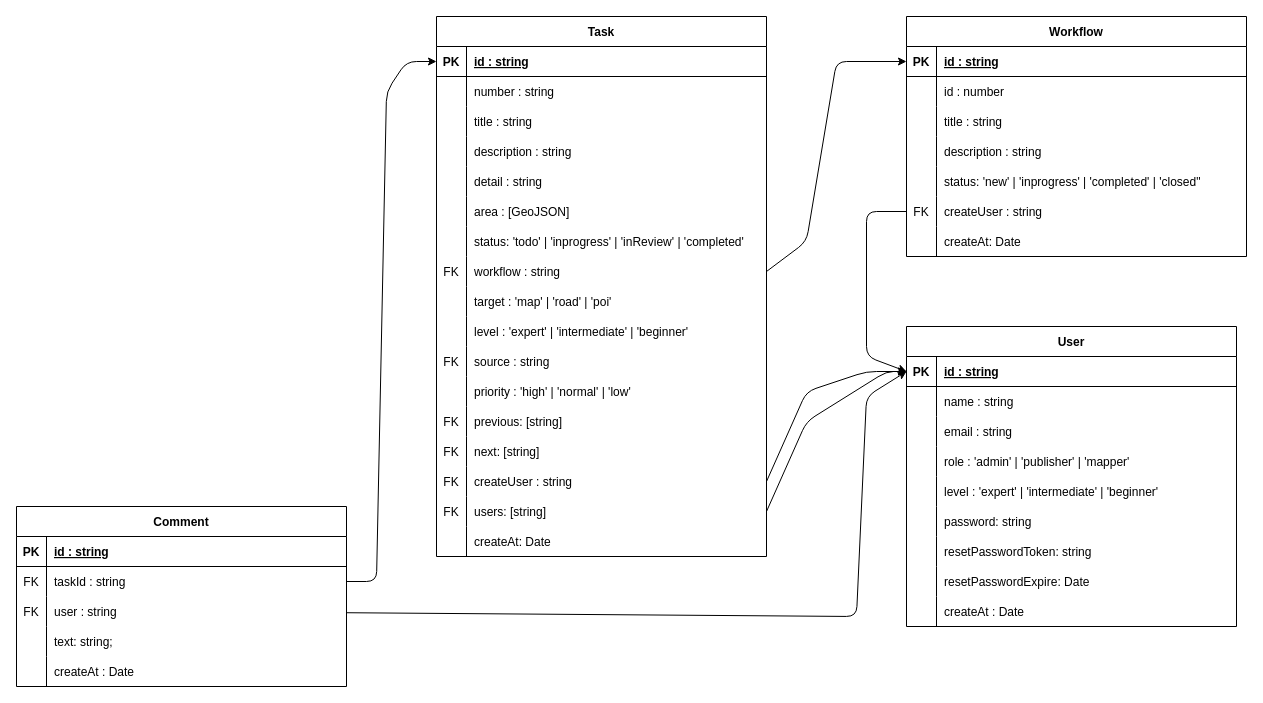
This is doc/db-design.drawio from shomrkm/map-masking-manager, a draw.io file, before an edit. Source tidied: cells renumbered, new cells numbered last; positions are measured from the earlier drawing's top-left corner, leaving out a move shared by most shapes. Both pictures are drawn from the tidied source at 100%, with x=0, y=0 at pixel (16, 16).
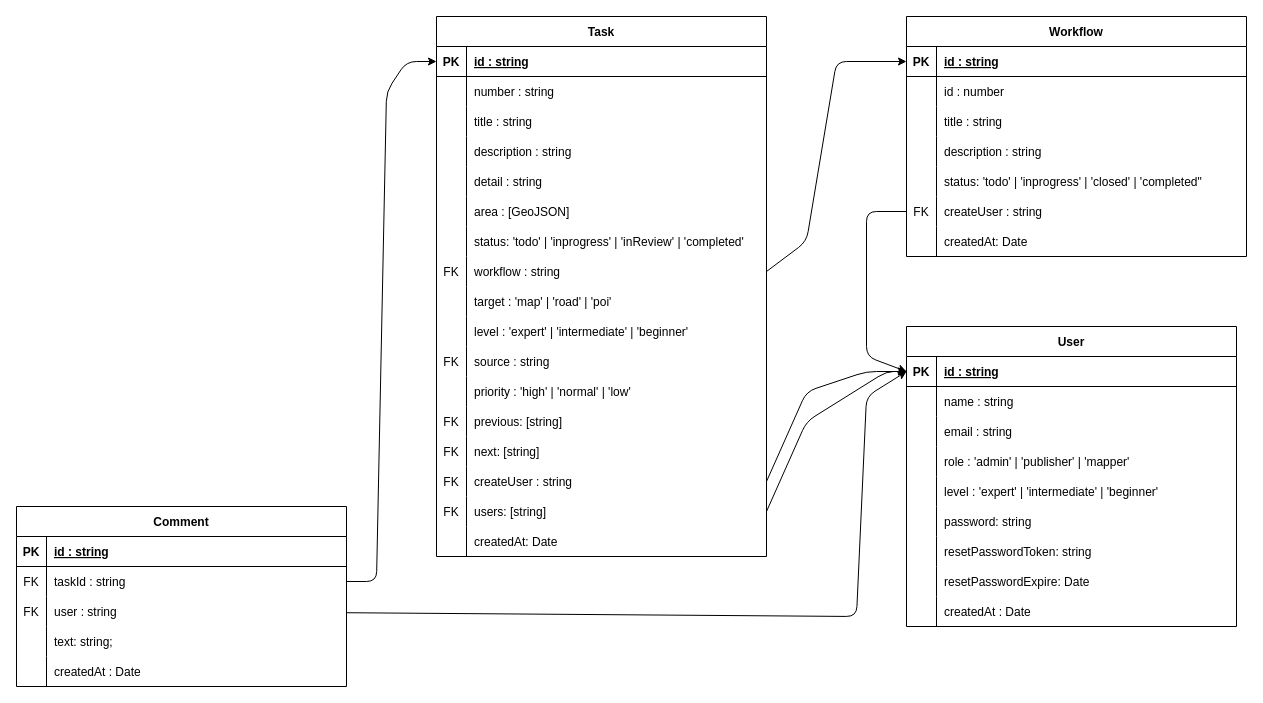
The same diagram, later.

Unchanged cells that the change refers to:
```xml
<mxCell id="51" style="shape=partialRectangle;fillColor=none;top=0;left=0;bottom=0;right=0;" parent="2" vertex="1">
  <mxGeometry y="510" width="330" height="30" as="geometry" />
</mxCell>
<mxCell id="68" style="shape=partialRectangle;fillColor=none;top=0;left=0;bottom=0;right=0;" parent="55" vertex="1">
  <mxGeometry y="150" width="340" height="30" as="geometry" />
</mxCell>
<mxCell id="74" style="shape=partialRectangle;fillColor=none;top=0;left=0;bottom=0;right=0;" parent="55" vertex="1">
  <mxGeometry y="210" width="340" height="30" as="geometry" />
</mxCell>
<mxCell id="102" style="shape=partialRectangle;fillColor=none;top=0;left=0;bottom=0;right=0;" parent="77" vertex="1">
  <mxGeometry y="270" width="330" height="30" as="geometry" />
</mxCell>
<mxCell id="121" style="shape=partialRectangle;fillColor=none;top=0;left=0;bottom=0;right=0;" parent="108" vertex="1">
  <mxGeometry y="150" width="330" height="30" as="geometry" />
</mxCell>
```

The edit, as a diff of the source:
```diff
@@
-    <mxCell id="53" value="createAt: Date" style="shape=partialRectangle;fillColor=none;top=0;left=0;bottom=0;right=0;align=left;spacingLeft=6;overflow=hidden;" parent="51" vertex="1">
+    <mxCell id="53" value="createdAt: Date" style="shape=partialRectangle;fillColor=none;top=0;left=0;bottom=0;right=0;align=left;spacingLeft=6;overflow=hidden;" parent="51" vertex="1">
       <mxGeometry x="30" width="300" height="30" as="geometry" />
     </mxCell>
@@
-    <mxCell id="70" value="status: 'new' | 'inprogress' | 'completed' | 'closed&quot;" style="shape=partialRectangle;fillColor=none;top=0;left=0;bottom=0;right=0;align=left;spacingLeft=6;overflow=hidden;" parent="68" vertex="1">
+    <mxCell id="70" value="status: 'todo' | 'inprogress' | 'closed' | 'completed&quot;" style="shape=partialRectangle;fillColor=none;top=0;left=0;bottom=0;right=0;align=left;spacingLeft=6;overflow=hidden;" parent="68" vertex="1">
       <mxGeometry x="30" width="310" height="30" as="geometry" />
     </mxCell>
@@
-    <mxCell id="76" value="createAt: Date" style="shape=partialRectangle;fillColor=none;top=0;left=0;bottom=0;right=0;align=left;spacingLeft=6;overflow=hidden;" parent="74" vertex="1">
+    <mxCell id="76" value="createdAt: Date" style="shape=partialRectangle;fillColor=none;top=0;left=0;bottom=0;right=0;align=left;spacingLeft=6;overflow=hidden;" parent="74" vertex="1">
       <mxGeometry x="30" width="310" height="30" as="geometry" />
     </mxCell>
@@
-    <mxCell id="104" value="createAt : Date" style="shape=partialRectangle;fillColor=none;top=0;left=0;bottom=0;right=0;align=left;spacingLeft=6;overflow=hidden;" parent="102" vertex="1">
+    <mxCell id="104" value="createdAt : Date" style="shape=partialRectangle;fillColor=none;top=0;left=0;bottom=0;right=0;align=left;spacingLeft=6;overflow=hidden;" parent="102" vertex="1">
       <mxGeometry x="30" width="300" height="30" as="geometry" />
     </mxCell>
@@
-    <mxCell id="123" value="createAt : Date" style="shape=partialRectangle;fillColor=none;top=0;left=0;bottom=0;right=0;align=left;spacingLeft=6;overflow=hidden;" parent="121" vertex="1">
+    <mxCell id="123" value="createdAt : Date" style="shape=partialRectangle;fillColor=none;top=0;left=0;bottom=0;right=0;align=left;spacingLeft=6;overflow=hidden;" parent="121" vertex="1">
       <mxGeometry x="30" width="300" height="30" as="geometry" />
     </mxCell>
```
